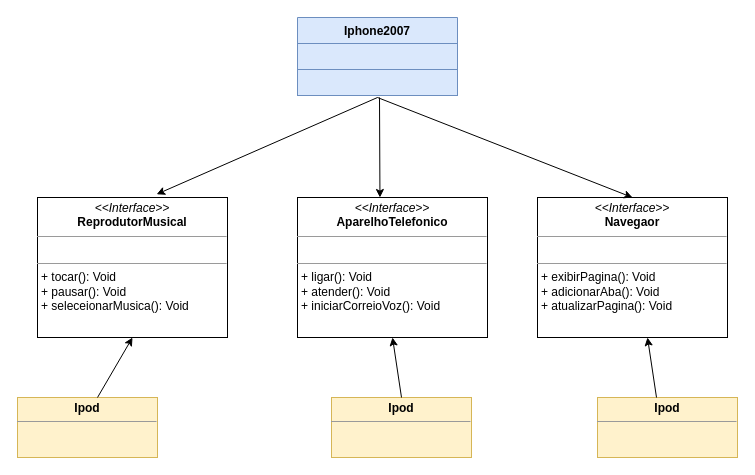
Earlier version of the draw.io diagram src/UML/Diagrama.drawio (Bnerz/Desafio-Iphone). Source tidied: cells renumbered, new cells numbered last; positions are measured from the earlier drawing's top-left corner, leaving out a move shared by most shapes. Both pictures are drawn from the tidied source at 100%, with x=0, y=0 at pixel (17, 17).
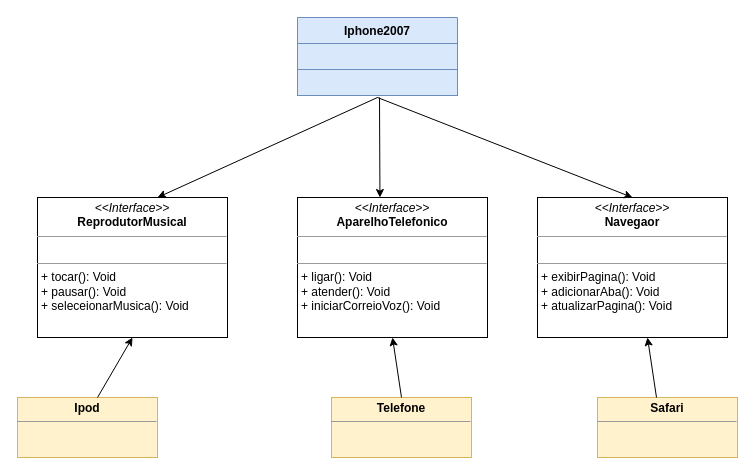
Above is the later version.

The change refers to these unchanged cells:
```xml
<mxCell id="5" value="&lt;p style=&quot;margin:0px;margin-top:4px;text-align:center;&quot;&gt;&lt;i&gt;&amp;lt;&amp;lt;Interface&amp;gt;&amp;gt;&lt;/i&gt;&lt;br&gt;&lt;b&gt;ReprodutorMusical&lt;/b&gt;&lt;/p&gt;&lt;hr size=&quot;1&quot;&gt;&lt;p style=&quot;margin:0px;margin-left:4px;&quot;&gt;&lt;br&gt;&lt;/p&gt;&lt;hr size=&quot;1&quot;&gt;&lt;p style=&quot;margin:0px;margin-left:4px;&quot;&gt;+ tocar(): Void&lt;/p&gt;&lt;p style=&quot;margin:0px;margin-left:4px;&quot;&gt;+ pausar(): Void&lt;/p&gt;&lt;p style=&quot;margin:0px;margin-left:4px;&quot;&gt;+ seleceionarMusica(): Void&amp;nbsp;&lt;/p&gt;" style="verticalAlign=top;align=left;overflow=fill;fontSize=12;fontFamily=Helvetica;html=1;rounded=0;" parent="1" vertex="1">
  <mxGeometry x="20" y="180" width="190" height="140" as="geometry" />
</mxCell>
```

What changed in the source:
```diff
@@
-    <mxCell id="9" value="&lt;p style=&quot;margin:0px;margin-top:4px;text-align:center;&quot;&gt;&lt;b&gt;Ipod&lt;/b&gt;&lt;/p&gt;&lt;hr size=&quot;1&quot;&gt;&lt;div style=&quot;height:2px;&quot;&gt;&lt;/div&gt;" style="verticalAlign=top;align=left;overflow=fill;fontSize=12;fontFamily=Helvetica;html=1;fillColor=#fff2cc;strokeColor=#d6b656;rounded=0;" parent="1" vertex="1">
+    <mxCell id="9" value="&lt;p style=&quot;margin:0px;margin-top:4px;text-align:center;&quot;&gt;&lt;b&gt;Safari&lt;/b&gt;&lt;/p&gt;&lt;hr size=&quot;1&quot;&gt;&lt;div style=&quot;height:2px;&quot;&gt;&lt;/div&gt;" style="verticalAlign=top;align=left;overflow=fill;fontSize=12;fontFamily=Helvetica;html=1;fillColor=#fff2cc;strokeColor=#d6b656;rounded=0;" parent="1" vertex="1">
       <mxGeometry x="580" y="380" width="140" height="60" as="geometry" />
     </mxCell>
-    <mxCell id="10" value="&lt;p style=&quot;margin:0px;margin-top:4px;text-align:center;&quot;&gt;&lt;b&gt;Ipod&lt;/b&gt;&lt;/p&gt;&lt;hr size=&quot;1&quot;&gt;&lt;div style=&quot;height:2px;&quot;&gt;&lt;/div&gt;" style="verticalAlign=top;align=left;overflow=fill;fontSize=12;fontFamily=Helvetica;html=1;fillColor=#fff2cc;strokeColor=#d6b656;rounded=0;" parent="1" vertex="1">
+    <mxCell id="10" value="&lt;p style=&quot;margin:0px;margin-top:4px;text-align:center;&quot;&gt;&lt;b&gt;Telefone&lt;/b&gt;&lt;/p&gt;&lt;hr size=&quot;1&quot;&gt;&lt;div style=&quot;height:2px;&quot;&gt;&lt;/div&gt;" style="verticalAlign=top;align=left;overflow=fill;fontSize=12;fontFamily=Helvetica;html=1;fillColor=#fff2cc;strokeColor=#d6b656;rounded=0;" parent="1" vertex="1">
       <mxGeometry x="314" y="380" width="140" height="60" as="geometry" />
     </mxCell>
-    <mxCell id="11" style="endArrow=classic;html=1;rounded=0;entryX=0.627;entryY=-0.023;entryDx=0;entryDy=0;entryPerimeter=0;" parent="1" edge="1" target="5">
+    <mxCell id="11" style="endArrow=classic;html=1;rounded=0;" parent="1" edge="1">
       <mxGeometry relative="1" as="geometry">
         <mxPoint x="360" y="80" as="sourcePoint" />
+        <mxPoint x="140" y="180" as="targetPoint" />
       </mxGeometry>
     </mxCell>
```
